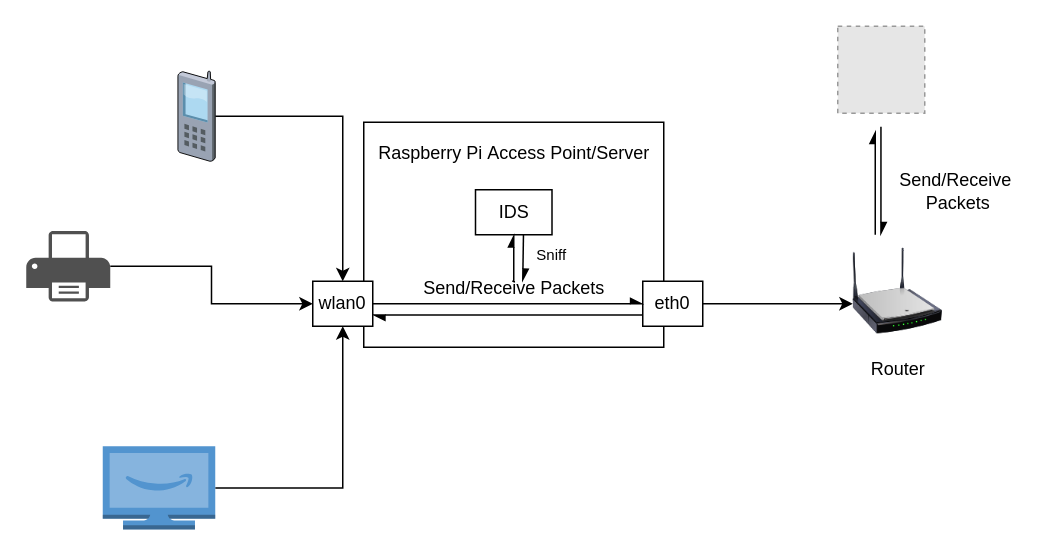
This is rbp_ap_server.drawio from smalih/iot_monitor, a draw.io file, before an edit. Source tidied: cells renumbered, new cells numbered last; positions are measured from the earlier drawing's top-left corner, leaving out a move shared by most shapes. Both pictures are drawn from the tidied source at 150%, with x=0, y=0 at pixel (26, 26). Pictures stored in the file or linked from it are replaced by grey dashed boxes.
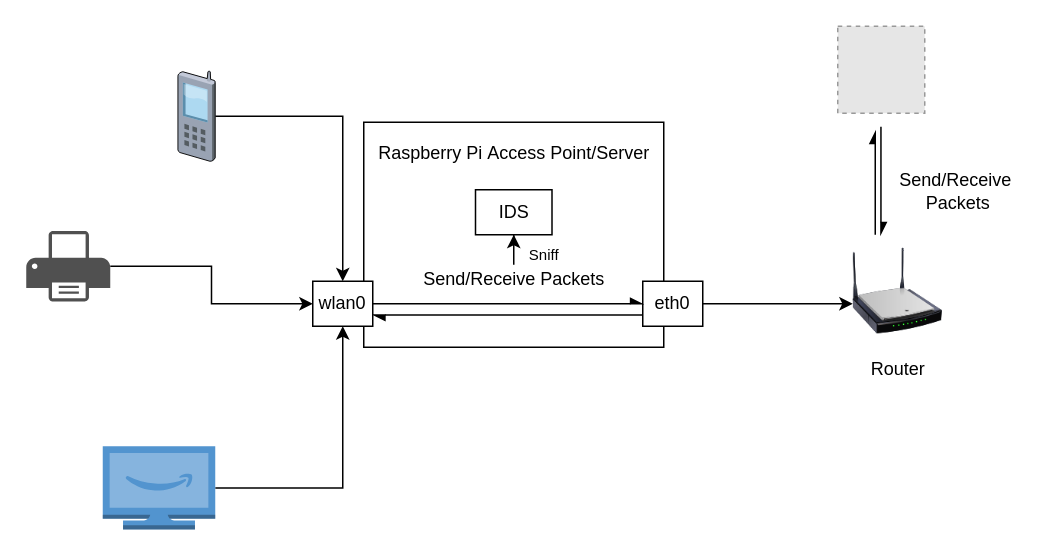
The same page after the edit.

The change refers to these unchanged cells:
```xml
<mxCell id="22" value="IDS" style="whiteSpace=wrap;html=1;" parent="1" vertex="1">
  <mxGeometry x="299.5" y="109" width="51" height="30" as="geometry" />
</mxCell>
```

Diff of the diagram source:
```diff
@@
+    <mxCell id="26" style="edgeStyle=orthogonalEdgeStyle;rounded=0;jettySize=auto;html=1;entryX=0.5;entryY=1;entryDx=0;entryDy=0;" parent="1" edge="1" source="14" target="22">
+      <mxGeometry relative="1" as="geometry" />
+    </mxCell>
     <mxCell id="14" value="Send/Receive Packets" style="text;html=1;align=center;verticalAlign=middle;points=[];strokeColor=none;fillColor=none;" parent="1" vertex="1">
-      <mxGeometry x="255" y="160" width="140" height="30" as="geometry" />
+      <mxGeometry x="255" y="153.5" width="140" height="30" as="geometry" />
     </mxCell>
@@
-    <mxCell id="23" style="edgeStyle=orthogonalEdgeStyle;rounded=0;jettySize=auto;html=1;endArrow=async;endFill=1;entryX=0.5;entryY=1;entryDx=0;entryDy=0;" parent="1" edge="1" target="22">
-      <mxGeometry relative="1" as="geometry">
-        <mxPoint x="324" y="170" as="sourcePoint" />
-      </mxGeometry>
-    </mxCell>
-    <mxCell id="24" style="edgeStyle=orthogonalEdgeStyle;rounded=0;jettySize=auto;html=1;exitX=0.627;exitY=1;exitDx=0;exitDy=0;endArrow=async;endFill=1;exitPerimeter=0;" parent="1" edge="1" source="22">
-      <mxGeometry relative="1" as="geometry">
-        <mxPoint x="331" y="170" as="targetPoint" />
-      </mxGeometry>
-    </mxCell>
     <mxCell id="25" value="&lt;font style=&quot;font-size: 10px;&quot;&gt;Sniff&lt;/font&gt;" style="text;html=1;align=center;verticalAlign=middle;strokeColor=none;fillColor=none;" parent="1" vertex="1">
-      <mxGeometry x="330" y="136.5" width="40" height="30" as="geometry" />
+      <mxGeometry x="325" y="136.5" width="40" height="30" as="geometry" />
     </mxCell>
```
